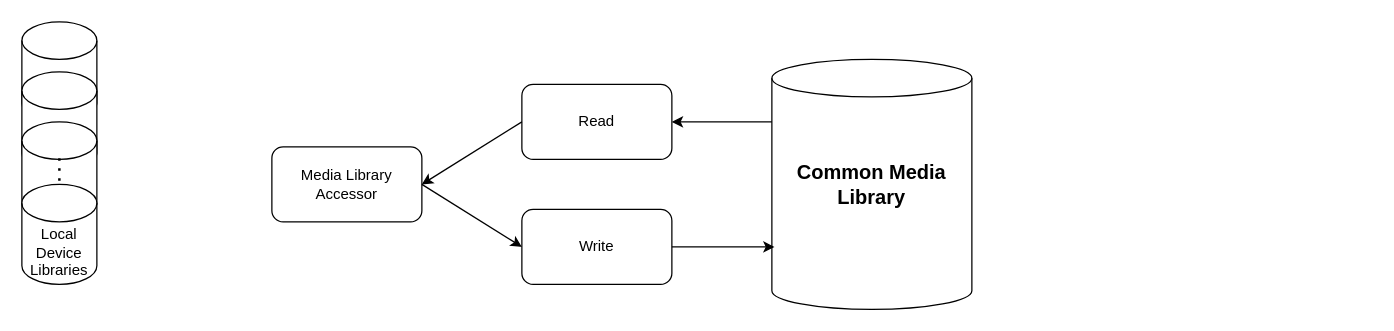
Earlier version of the draw.io diagram MediCent Architecture.drawio (CorpDK/Drawing). Source tidied: cells renumbered, new cells numbered last; positions are measured from the earlier drawing's top-left corner, leaving out a move shared by most shapes. Both pictures are drawn from the tidied source at 125%, with x=0, y=0 at pixel (21, 21).
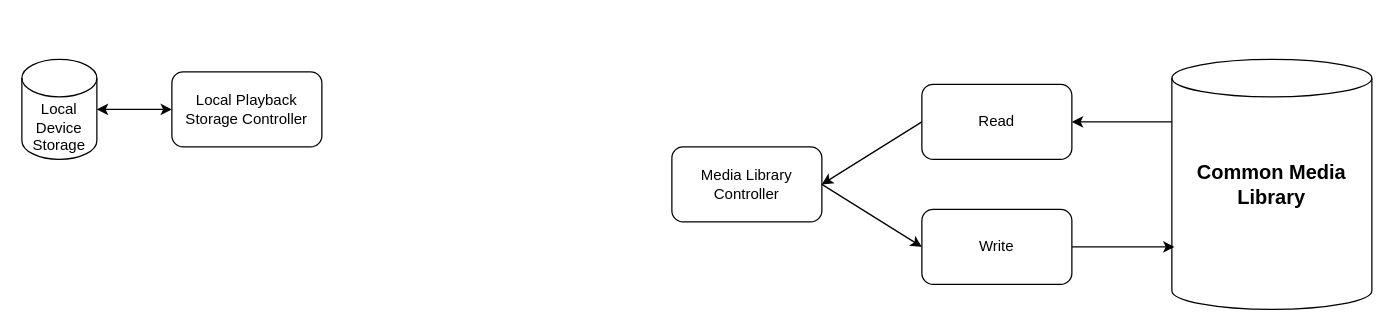
After the change.

Diff of the diagram source:
```diff
@@
 <mxGraphModel>
   <root>
     <mxCell id="0" />
     <mxCell id="1" parent="0" />
+    <mxCell id="15" style="group;" parent="1" vertex="1">
+      <mxGeometry y="30" width="240" height="80" as="geometry" />
+    </mxCell>
+    <mxCell id="16" value="Local Playback Storage Controller" style="rounded=1;whiteSpace=wrap;html=1;" parent="15" vertex="1">
+      <mxGeometry x="120" y="10" width="120" height="60" as="geometry" />
+    </mxCell>
+    <mxCell id="17" style="endArrow=classic;startArrow=classic;html=1;exitX=1;exitY=0.5;exitDx=0;exitDy=0;exitPerimeter=0;" parent="15" edge="1" source="13">
+      <mxGeometry relative="1" as="geometry">
+        <mxPoint x="120" y="40" as="targetPoint" />
+      </mxGeometry>
+    </mxCell>
+    <mxCell id="13" value="&lt;br&gt;&lt;br&gt;Local &lt;br&gt;Device Storage" style="shape=cylinder2;whiteSpace=wrap;html=1;boundedLbl=1;backgroundOutline=1;size=15;" parent="15" vertex="1">
+      <mxGeometry width="60" height="80" as="geometry" />
+    </mxCell>
+    <mxCell id="18" style="group;" parent="1" vertex="1">
+      <mxGeometry x="520" y="30" width="560" height="200" as="geometry" />
+    </mxCell>
-    <mxCell id="2" value="&lt;b&gt;&lt;font style=&quot;font-size: 16px&quot;&gt;Common Media Library&lt;/font&gt;&lt;/b&gt;" style="shape=cylinder2;whiteSpace=wrap;html=1;boundedLbl=1;backgroundOutline=1;size=15;" parent="1" vertex="1">
-      <mxGeometry x="600" y="30" width="160" height="200" as="geometry" />
+    <mxCell id="2" value="&lt;b&gt;&lt;font style=&quot;font-size: 16px&quot;&gt;Common Media Library&lt;/font&gt;&lt;/b&gt;" style="shape=cylinder2;whiteSpace=wrap;html=1;boundedLbl=1;backgroundOutline=1;size=15;" parent="18" vertex="1">
+      <mxGeometry x="400" width="160" height="200" as="geometry" />
     </mxCell>
-    <mxCell id="3" value="Media Library Accessor" style="rounded=1;whiteSpace=wrap;html=1;" parent="1" vertex="1">
-      <mxGeometry x="200" y="100" width="120" height="60" as="geometry" />
+    <mxCell id="3" value="Media Library Controller" style="rounded=1;whiteSpace=wrap;html=1;" parent="18" vertex="1">
+      <mxGeometry y="70" width="120" height="60" as="geometry" />
     </mxCell>
-    <mxCell id="4" value="Read" style="rounded=1;whiteSpace=wrap;html=1;" parent="1" vertex="1">
-      <mxGeometry x="400" y="50" width="120" height="60" as="geometry" />
+    <mxCell id="4" value="Read" style="rounded=1;whiteSpace=wrap;html=1;" parent="18" vertex="1">
+      <mxGeometry x="200" y="20" width="120" height="60" as="geometry" />
     </mxCell>
-    <mxCell id="5" value="Write" style="rounded=1;whiteSpace=wrap;html=1;" parent="1" vertex="1">
-      <mxGeometry x="400" y="150" width="120" height="60" as="geometry" />
+    <mxCell id="5" value="Write" style="rounded=1;whiteSpace=wrap;html=1;" parent="18" vertex="1">
+      <mxGeometry x="200" y="120" width="120" height="60" as="geometry" />
     </mxCell>
-    <mxCell id="6" style="endArrow=classic;html=1;entryX=1;entryY=0.5;entryDx=0;entryDy=0;exitX=0;exitY=0.5;exitDx=0;exitDy=0;" parent="1" edge="1" source="4" target="3">
+    <mxCell id="6" style="endArrow=classic;html=1;entryX=1;entryY=0.5;entryDx=0;entryDy=0;exitX=0;exitY=0.5;exitDx=0;exitDy=0;" parent="18" edge="1" source="4" target="3">
       <mxGeometry relative="1" as="geometry" />
     </mxCell>
-    <mxCell id="7" style="endArrow=classic;html=1;exitX=1;exitY=0.5;exitDx=0;exitDy=0;entryX=0;entryY=0.5;entryDx=0;entryDy=0;" parent="1" edge="1" source="3" target="5">
+    <mxCell id="7" style="endArrow=classic;html=1;exitX=1;exitY=0.5;exitDx=0;exitDy=0;entryX=0;entryY=0.5;entryDx=0;entryDy=0;" parent="18" edge="1" source="3" target="5">
       <mxGeometry relative="1" as="geometry" />
     </mxCell>
-    <mxCell id="8" style="endArrow=classic;html=1;entryX=1;entryY=0.5;entryDx=0;entryDy=0;exitX=0;exitY=0.25;exitDx=0;exitDy=0;exitPerimeter=0;" parent="1" edge="1" source="2" target="4">
+    <mxCell id="8" style="endArrow=classic;html=1;entryX=1;entryY=0.5;entryDx=0;entryDy=0;exitX=0;exitY=0.25;exitDx=0;exitDy=0;exitPerimeter=0;" parent="18" edge="1" source="2" target="4">
       <mxGeometry relative="1" as="geometry" />
     </mxCell>
-    <mxCell id="9" style="endArrow=classic;html=1;entryX=0.013;entryY=0.75;entryDx=0;entryDy=0;exitX=1;exitY=0.5;exitDx=0;exitDy=0;entryPerimeter=0;" parent="1" edge="1" source="5" target="2">
+    <mxCell id="9" style="endArrow=classic;html=1;entryX=0.013;entryY=0.75;entryDx=0;entryDy=0;exitX=1;exitY=0.5;exitDx=0;exitDy=0;entryPerimeter=0;" parent="18" edge="1" source="5" target="2">
       <mxGeometry relative="1" as="geometry" />
     </mxCell>
-    <mxCell id="10" style="shape=cylinder2;whiteSpace=wrap;html=1;boundedLbl=1;backgroundOutline=1;size=15;" parent="1" vertex="1">
-      <mxGeometry width="60" height="80" as="geometry" />
-    </mxCell>
-    <mxCell id="11" style="shape=cylinder2;whiteSpace=wrap;html=1;boundedLbl=1;backgroundOutline=1;size=15;" parent="1" vertex="1">
-      <mxGeometry y="40" width="60" height="80" as="geometry" />
-    </mxCell>
-    <mxCell id="12" style="shape=cylinder2;whiteSpace=wrap;html=1;boundedLbl=1;backgroundOutline=1;size=15;" parent="1" vertex="1">
-      <mxGeometry y="80" width="60" height="80" as="geometry" />
-    </mxCell>
-    <mxCell id="13" value="&lt;br&gt;&lt;br&gt;Local &lt;br&gt;Device Libraries" style="shape=cylinder2;whiteSpace=wrap;html=1;boundedLbl=1;backgroundOutline=1;size=15;" parent="1" vertex="1">
-      <mxGeometry y="130" width="60" height="80" as="geometry" />
-    </mxCell>
-    <mxCell id="14" style="endArrow=none;dashed=1;html=1;dashPattern=1 3;strokeWidth=2;entryX=0.5;entryY=0.013;entryDx=0;entryDy=0;entryPerimeter=0;exitX=0.5;exitY=0.363;exitDx=0;exitDy=0;exitPerimeter=0;" parent="1" edge="1" source="12" target="13">
-      <mxGeometry relative="1" as="geometry" />
-    </mxCell>
   </root>
 </mxGraphModel>
```
